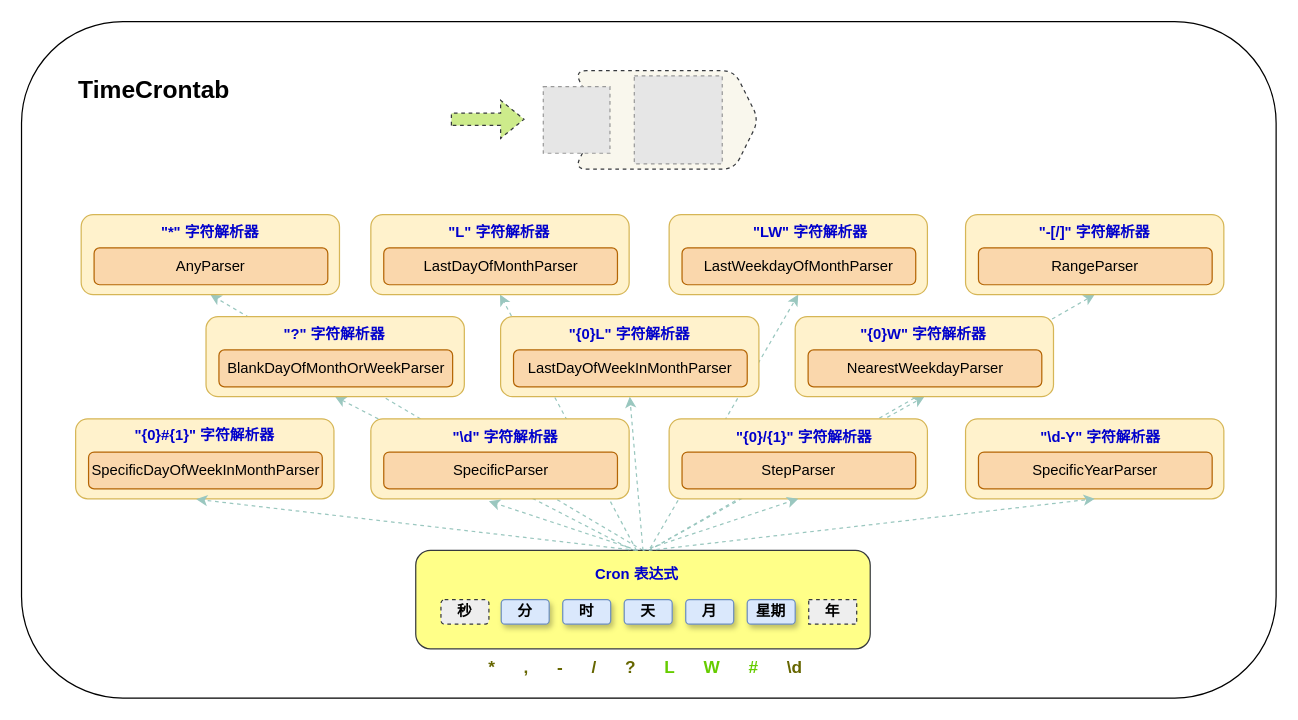
MonkSoul/TimeCrontab keeps this draw.io diagram as drawio/TimeCrontab.drawio. Above is the earlier version. Source tidied: cells renumbered, new cells numbered last; positions are measured from the earlier drawing's top-left corner, leaving out a move shared by most shapes. Both pictures are drawn from the tidied source at 123%, with x=0, y=0 at pixel (21, 21). Pictures stored in the file or linked from it are replaced by grey dashed boxes.
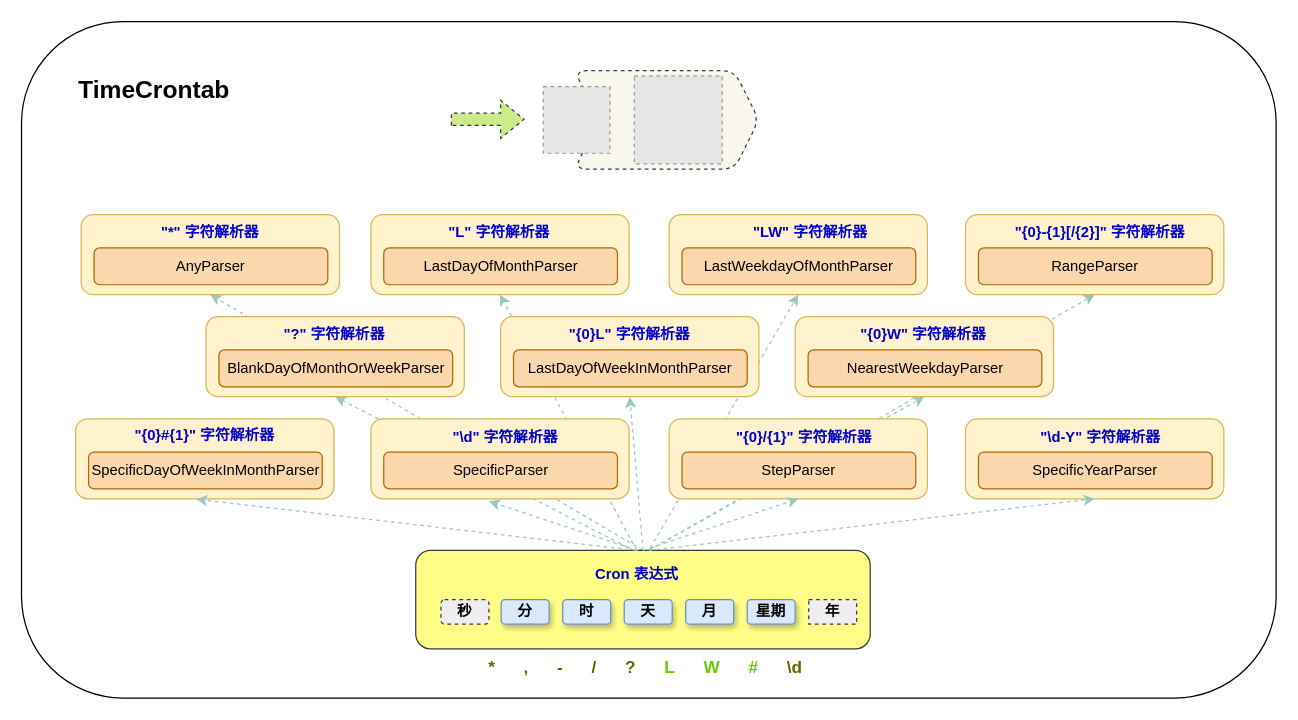
The same diagram, later.

Change to the diagram source:
```diff
@@
-    <mxCell id="36" value="&quot;-[/]&quot; 字符解析器" style="text;html=1;strokeColor=none;fillColor=none;align=center;verticalAlign=middle;whiteSpace=wrap;rounded=0;fontStyle=1;fontColor=#0000CC;" parent="1" vertex="1">
-      <mxGeometry x="816.5" y="157" width="111" height="30" as="geometry" />
+    <mxCell id="36" value="&quot;{0}-{1}[/{2}]&quot; 字符解析器" style="text;html=1;strokeColor=none;fillColor=none;align=center;verticalAlign=middle;whiteSpace=wrap;rounded=0;fontStyle=1;fontColor=#0000CC;" parent="1" vertex="1">
+      <mxGeometry x="805.2" y="157" width="143.5" height="30" as="geometry" />
     </mxCell>
```
